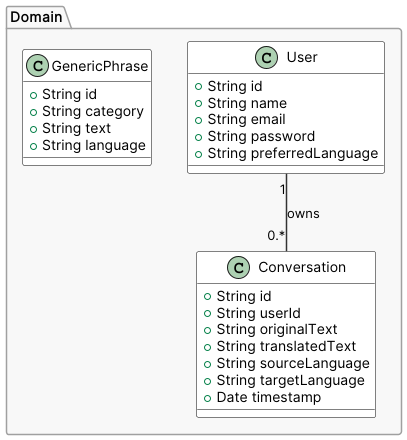
Earlier version of the PlantUML export UMLs/PNGs/DomainModel.png (VascoMagolo/DSSMV_ProjectDroid_1231562_1230985).
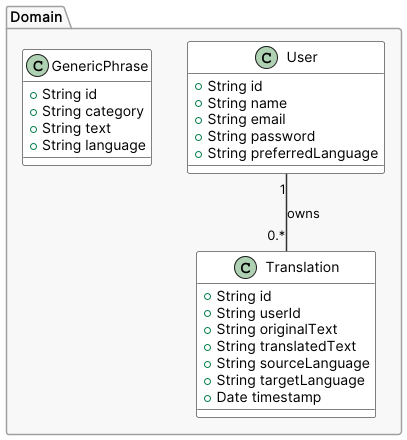
After the commit.

The edit, as a diff of the source:
```diff
@@ -27,15 +27,15 @@
     +String preferredLanguage
   }
 
-  class Conversation {
-    +String id
-    +String userId
-    +String originalText
-    +String translatedText
-    +String sourceLanguage
-    +String targetLanguage
-    +Date timestamp
-  }
+  class Translation {
+      +String id
+      +String userId
+      +String originalText
+      +String translatedText
+      +String sourceLanguage
+      +String targetLanguage
+      +Date timestamp
+    }
 
   class GenericPhrase {
     +String id
@@ -44,6 +44,6 @@
     +String language
   }
 
-  User "1" -- "0.*" Conversation : owns
+  User "1" -- "0.*" Translation : owns
 }
 @enduml
```
